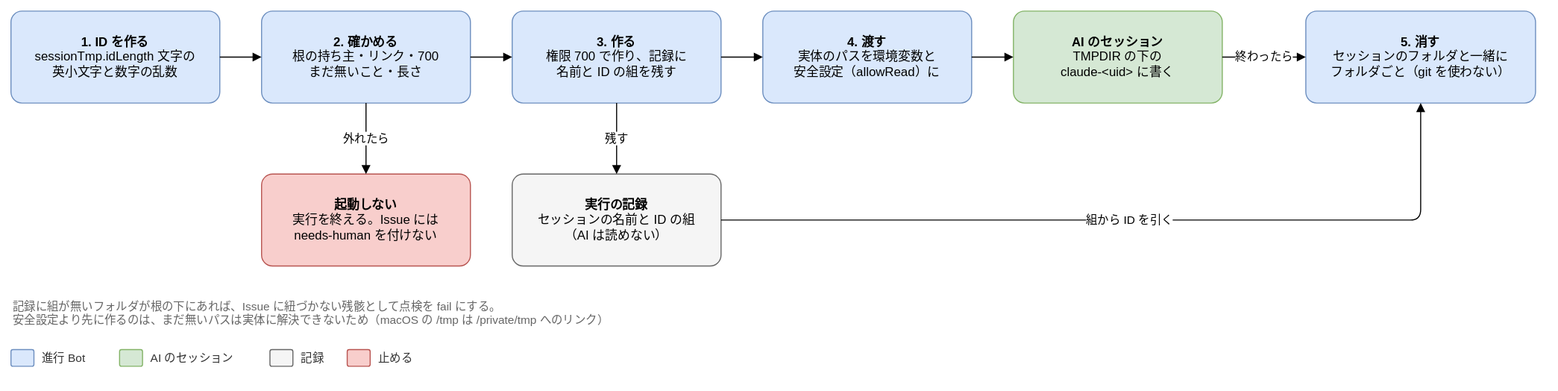
This is docs/design/basic/diagrams/03-session-tmp.drawio.svg from Joymerrevent/dev-autopilot, a draw.io export, as it was before one commit. Source tidied: cells renumbered, new cells last; positions are measured from the earlier drawing's top-left corner, leaving out a move shared by most shapes. The source it was exported from:
```xml
<mxGraphModel background="#ffffff">
  <root>
    <mxCell id="0" />
    <mxCell id="1" parent="0" />
    <mxCell id="2" value="&lt;b&gt;1. ID を作る&lt;/b&gt;&lt;br&gt;sessionTmp.idLength 文字の&lt;br&gt;英小文字と数字の乱数" style="rounded=1;whiteSpace=wrap;html=1;fontSize=12;arcSize=12;spacing=12;fillColor=#dae8fc;strokeColor=#6c8ebf;" parent="1" vertex="1">
      <mxGeometry width="200" height="88" as="geometry" />
    </mxCell>
    <mxCell id="3" value="&lt;b&gt;2. 確かめる&lt;/b&gt;&lt;br&gt;根の持ち主・リンク・700&lt;br&gt;まだ無いこと・長さ" style="rounded=1;whiteSpace=wrap;html=1;fontSize=12;arcSize=12;spacing=12;fillColor=#dae8fc;strokeColor=#6c8ebf;" parent="1" vertex="1">
      <mxGeometry x="240" width="200" height="88" as="geometry" />
    </mxCell>
    <mxCell id="4" value="&lt;b&gt;3. 作る&lt;/b&gt;&lt;br&gt;権限 700 で作り、記録に&lt;br&gt;名前と ID の組を残す" style="rounded=1;whiteSpace=wrap;html=1;fontSize=12;arcSize=12;spacing=12;fillColor=#dae8fc;strokeColor=#6c8ebf;" parent="1" vertex="1">
      <mxGeometry x="480" width="200" height="88" as="geometry" />
    </mxCell>
    <mxCell id="5" value="&lt;b&gt;4. 渡す&lt;/b&gt;&lt;br&gt;実体のパスを環境変数と&lt;br&gt;安全設定（allowRead）に" style="rounded=1;whiteSpace=wrap;html=1;fontSize=12;arcSize=12;spacing=12;fillColor=#dae8fc;strokeColor=#6c8ebf;" parent="1" vertex="1">
      <mxGeometry x="720" width="200" height="88" as="geometry" />
    </mxCell>
    <mxCell id="6" value="&lt;b&gt;AI のセッション&lt;/b&gt;&lt;br&gt;TMPDIR の下の&lt;br&gt;claude-&amp;lt;uid&amp;gt; に書く" style="rounded=1;whiteSpace=wrap;html=1;fontSize=12;arcSize=12;spacing=12;fillColor=#d5e8d4;strokeColor=#82b366;" parent="1" vertex="1">
      <mxGeometry x="960" width="200" height="88" as="geometry" />
    </mxCell>
    <mxCell id="7" value="&lt;b&gt;5. 消す&lt;/b&gt;&lt;br&gt;セッションのフォルダと一緒に&lt;br&gt;フォルダごと（git を使わない）" style="rounded=1;whiteSpace=wrap;html=1;fontSize=12;arcSize=12;spacing=12;fillColor=#dae8fc;strokeColor=#6c8ebf;" parent="1" vertex="1">
      <mxGeometry x="1240" width="220" height="88" as="geometry" />
    </mxCell>
    <mxCell id="8" style="edgeStyle=orthogonalEdgeStyle;rounded=1;html=1;endArrow=block;endFill=1;fontSize=11;labelBackgroundColor=#ffffff;exitX=1;exitY=0.5;exitDx=0;exitDy=0;entryX=0;entryY=0.5;entryDx=0;entryDy=0;" parent="1" edge="1" source="2" target="3">
      <mxGeometry relative="1" as="geometry" />
    </mxCell>
    <mxCell id="9" style="edgeStyle=orthogonalEdgeStyle;rounded=1;html=1;endArrow=block;endFill=1;fontSize=11;labelBackgroundColor=#ffffff;exitX=1;exitY=0.5;exitDx=0;exitDy=0;entryX=0;entryY=0.5;entryDx=0;entryDy=0;" parent="1" edge="1" source="3" target="4">
      <mxGeometry relative="1" as="geometry" />
    </mxCell>
    <mxCell id="10" style="edgeStyle=orthogonalEdgeStyle;rounded=1;html=1;endArrow=block;endFill=1;fontSize=11;labelBackgroundColor=#ffffff;exitX=1;exitY=0.5;exitDx=0;exitDy=0;entryX=0;entryY=0.5;entryDx=0;entryDy=0;" parent="1" edge="1" source="4" target="5">
      <mxGeometry relative="1" as="geometry" />
    </mxCell>
    <mxCell id="11" style="edgeStyle=orthogonalEdgeStyle;rounded=1;html=1;endArrow=block;endFill=1;fontSize=11;labelBackgroundColor=#ffffff;exitX=1;exitY=0.5;exitDx=0;exitDy=0;entryX=0;entryY=0.5;entryDx=0;entryDy=0;" parent="1" edge="1" source="5" target="6">
      <mxGeometry relative="1" as="geometry" />
    </mxCell>
    <mxCell id="12" value="終わったら" style="edgeStyle=orthogonalEdgeStyle;rounded=1;html=1;endArrow=block;endFill=1;fontSize=11;labelBackgroundColor=#ffffff;exitX=1;exitY=0.5;exitDx=0;exitDy=0;entryX=0;entryY=0.5;entryDx=0;entryDy=0;" parent="1" edge="1" source="6" target="7">
      <mxGeometry relative="1" as="geometry" />
    </mxCell>
    <mxCell id="13" value="&lt;b&gt;起動しない&lt;/b&gt;&lt;br&gt;実行を終える。Issue には&lt;br&gt;needs-human を付けない" style="rounded=1;whiteSpace=wrap;html=1;fontSize=12;arcSize=12;spacing=12;fillColor=#f8cecc;strokeColor=#b85450;" parent="1" vertex="1">
      <mxGeometry x="240" y="156" width="200" height="88" as="geometry" />
    </mxCell>
    <mxCell id="14" value="外れたら" style="edgeStyle=orthogonalEdgeStyle;rounded=1;html=1;endArrow=block;endFill=1;fontSize=11;labelBackgroundColor=#ffffff;exitX=0.5;exitY=1;exitDx=0;exitDy=0;entryX=0.5;entryY=0;entryDx=0;entryDy=0;" parent="1" edge="1" source="3" target="13">
      <mxGeometry relative="1" as="geometry" />
    </mxCell>
    <mxCell id="15" value="&lt;b&gt;実行の記録&lt;/b&gt;&lt;br&gt;セッションの名前と ID の組&lt;br&gt;（AI は読めない）" style="rounded=1;whiteSpace=wrap;html=1;fontSize=12;arcSize=12;spacing=12;fillColor=#f5f5f5;strokeColor=#666666;" parent="1" vertex="1">
      <mxGeometry x="480" y="156" width="200" height="88" as="geometry" />
    </mxCell>
    <mxCell id="16" value="残す" style="edgeStyle=orthogonalEdgeStyle;rounded=1;html=1;endArrow=block;endFill=1;fontSize=11;labelBackgroundColor=#ffffff;exitX=0.5;exitY=1;exitDx=0;exitDy=0;entryX=0.5;entryY=0;entryDx=0;entryDy=0;" parent="1" edge="1" source="4" target="15">
      <mxGeometry relative="1" as="geometry" />
    </mxCell>
    <mxCell id="17" value="組から ID を引く" style="edgeStyle=orthogonalEdgeStyle;rounded=1;html=1;endArrow=block;endFill=1;fontSize=11;labelBackgroundColor=#ffffff;exitX=1;exitY=0.5;exitDx=0;exitDy=0;entryX=0.5;entryY=1;entryDx=0;entryDy=0;" parent="1" edge="1" source="15" target="7">
      <mxGeometry relative="1" as="geometry" />
    </mxCell>
    <mxCell id="18" value="記録に組が無いフォルダが根の下にあれば、Issue に紐づかない残骸として点検を fail にする。&lt;br&gt;安全設定より先に作るのは、まだ無いパスは実体に解決できないため（macOS の /tmp は /private/tmp へのリンク）" style="text;html=1;whiteSpace=wrap;align=left;verticalAlign=top;fontSize=11;fontColor=#666666;" parent="1" vertex="1">
      <mxGeometry y="270" width="1460" height="36" as="geometry" />
    </mxCell>
    <mxCell id="19" style="rounded=1;whiteSpace=wrap;html=1;fontSize=12;arcSize=12;spacing=12;fillColor=#dae8fc;strokeColor=#6c8ebf;" parent="1" vertex="1">
      <mxGeometry y="324" width="22" height="16" as="geometry" />
    </mxCell>
    <mxCell id="20" value="進行 Bot" style="text;html=1;align=left;verticalAlign=middle;fontSize=11;fontColor=#333333;" parent="1" vertex="1">
      <mxGeometry x="28" y="322" width="60" height="20" as="geometry" />
    </mxCell>
    <mxCell id="21" style="rounded=1;whiteSpace=wrap;html=1;fontSize=12;arcSize=12;spacing=12;fillColor=#d5e8d4;strokeColor=#82b366;" parent="1" vertex="1">
      <mxGeometry x="104" y="324" width="22" height="16" as="geometry" />
    </mxCell>
    <mxCell id="22" value="AI のセッション" style="text;html=1;align=left;verticalAlign=middle;fontSize=11;fontColor=#333333;" parent="1" vertex="1">
      <mxGeometry x="132" y="322" width="100" height="20" as="geometry" />
    </mxCell>
    <mxCell id="23" style="rounded=1;whiteSpace=wrap;html=1;fontSize=12;arcSize=12;spacing=12;fillColor=#f5f5f5;strokeColor=#666666;" parent="1" vertex="1">
      <mxGeometry x="248" y="324" width="22" height="16" as="geometry" />
    </mxCell>
    <mxCell id="24" value="記録" style="text;html=1;align=left;verticalAlign=middle;fontSize=11;fontColor=#333333;" parent="1" vertex="1">
      <mxGeometry x="276" y="322" width="30" height="20" as="geometry" />
    </mxCell>
    <mxCell id="25" style="rounded=1;whiteSpace=wrap;html=1;fontSize=12;arcSize=12;spacing=12;fillColor=#f8cecc;strokeColor=#b85450;" parent="1" vertex="1">
      <mxGeometry x="322" y="324" width="22" height="16" as="geometry" />
    </mxCell>
    <mxCell id="26" value="止める" style="text;html=1;align=left;verticalAlign=middle;fontSize=11;fontColor=#333333;" parent="1" vertex="1">
      <mxGeometry x="350" y="322" width="40" height="20" as="geometry" />
    </mxCell>
  </root>
</mxGraphModel>
```
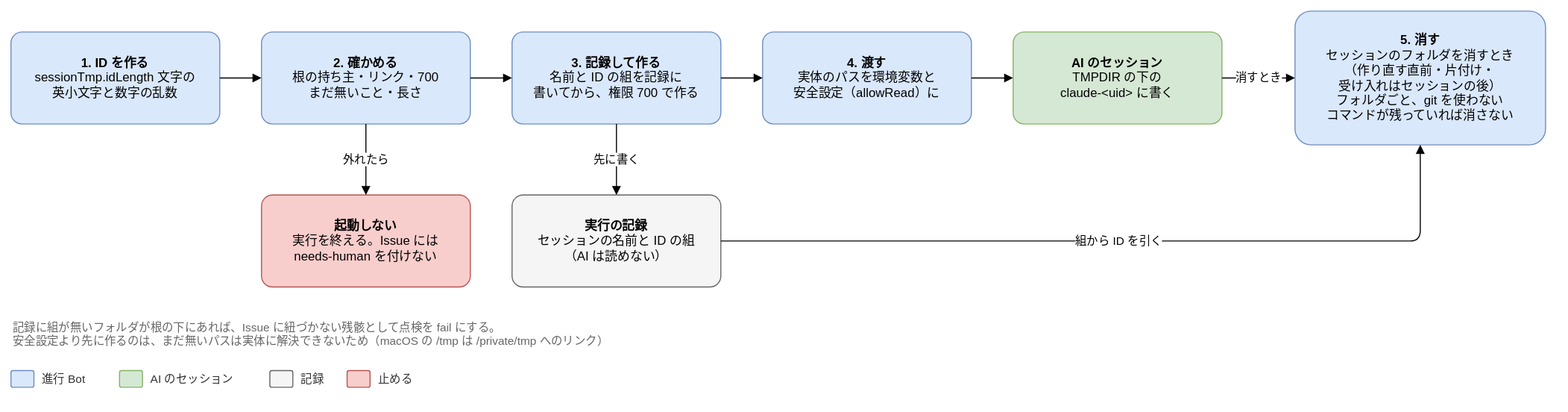
Later version of the same file.

What changed in the source:
```diff
@@ -8,7 +8,7 @@
     <mxCell id="3" value="&lt;b&gt;2. 確かめる&lt;/b&gt;&lt;br&gt;根の持ち主・リンク・700&lt;br&gt;まだ無いこと・長さ" style="rounded=1;whiteSpace=wrap;html=1;fontSize=12;arcSize=12;spacing=12;fillColor=#dae8fc;strokeColor=#6c8ebf;" parent="1" vertex="1">
       <mxGeometry x="240" width="200" height="88" as="geometry" />
     </mxCell>
-    <mxCell id="4" value="&lt;b&gt;3. 作る&lt;/b&gt;&lt;br&gt;権限 700 で作り、記録に&lt;br&gt;名前と ID の組を残す" style="rounded=1;whiteSpace=wrap;html=1;fontSize=12;arcSize=12;spacing=12;fillColor=#dae8fc;strokeColor=#6c8ebf;" parent="1" vertex="1">
+    <mxCell id="4" value="&lt;b&gt;3. 記録して作る&lt;/b&gt;&lt;br&gt;名前と ID の組を記録に&lt;br&gt;書いてから、権限 700 で作る" style="rounded=1;whiteSpace=wrap;html=1;fontSize=12;arcSize=12;spacing=12;fillColor=#dae8fc;strokeColor=#6c8ebf;" parent="1" vertex="1">
       <mxGeometry x="480" width="200" height="88" as="geometry" />
     </mxCell>
     <mxCell id="5" value="&lt;b&gt;4. 渡す&lt;/b&gt;&lt;br&gt;実体のパスを環境変数と&lt;br&gt;安全設定（allowRead）に" style="rounded=1;whiteSpace=wrap;html=1;fontSize=12;arcSize=12;spacing=12;fillColor=#dae8fc;strokeColor=#6c8ebf;" parent="1" vertex="1">
@@ -17,8 +17,8 @@
     <mxCell id="6" value="&lt;b&gt;AI のセッション&lt;/b&gt;&lt;br&gt;TMPDIR の下の&lt;br&gt;claude-&amp;lt;uid&amp;gt; に書く" style="rounded=1;whiteSpace=wrap;html=1;fontSize=12;arcSize=12;spacing=12;fillColor=#d5e8d4;strokeColor=#82b366;" parent="1" vertex="1">
       <mxGeometry x="960" width="200" height="88" as="geometry" />
     </mxCell>
-    <mxCell id="7" value="&lt;b&gt;5. 消す&lt;/b&gt;&lt;br&gt;セッションのフォルダと一緒に&lt;br&gt;フォルダごと（git を使わない）" style="rounded=1;whiteSpace=wrap;html=1;fontSize=12;arcSize=12;spacing=12;fillColor=#dae8fc;strokeColor=#6c8ebf;" parent="1" vertex="1">
-      <mxGeometry x="1240" width="220" height="88" as="geometry" />
+    <mxCell id="7" value="&lt;b&gt;5. 消す&lt;/b&gt;&lt;br&gt;セッションのフォルダを消すとき&lt;br&gt;（作り直す直前・片付け・&lt;br&gt;受け入れはセッションの後）&lt;br&gt;フォルダごと、git を使わない&lt;br&gt;コマンドが残っていれば消さない" style="rounded=1;whiteSpace=wrap;html=1;fontSize=12;arcSize=12;spacing=12;fillColor=#dae8fc;strokeColor=#6c8ebf;" parent="1" vertex="1">
+      <mxGeometry x="1230" y="-20" width="240" height="128" as="geometry" />
     </mxCell>
     <mxCell id="8" style="edgeStyle=orthogonalEdgeStyle;rounded=1;html=1;endArrow=block;endFill=1;fontSize=11;labelBackgroundColor=#ffffff;exitX=1;exitY=0.5;exitDx=0;exitDy=0;entryX=0;entryY=0.5;entryDx=0;entryDy=0;" parent="1" edge="1" source="2" target="3">
       <mxGeometry relative="1" as="geometry" />
@@ -32,7 +32,7 @@
     <mxCell id="11" style="edgeStyle=orthogonalEdgeStyle;rounded=1;html=1;endArrow=block;endFill=1;fontSize=11;labelBackgroundColor=#ffffff;exitX=1;exitY=0.5;exitDx=0;exitDy=0;entryX=0;entryY=0.5;entryDx=0;entryDy=0;" parent="1" edge="1" source="5" target="6">
       <mxGeometry relative="1" as="geometry" />
     </mxCell>
-    <mxCell id="12" value="終わったら" style="edgeStyle=orthogonalEdgeStyle;rounded=1;html=1;endArrow=block;endFill=1;fontSize=11;labelBackgroundColor=#ffffff;exitX=1;exitY=0.5;exitDx=0;exitDy=0;entryX=0;entryY=0.5;entryDx=0;entryDy=0;" parent="1" edge="1" source="6" target="7">
+    <mxCell id="12" value="消すとき" style="edgeStyle=orthogonalEdgeStyle;rounded=1;html=1;endArrow=block;endFill=1;fontSize=11;labelBackgroundColor=#ffffff;exitX=1;exitY=0.5;exitDx=0;exitDy=0;entryX=0;entryY=0.5;entryDx=0;entryDy=0;" parent="1" edge="1" source="6" target="7">
       <mxGeometry relative="1" as="geometry" />
     </mxCell>
     <mxCell id="13" value="&lt;b&gt;起動しない&lt;/b&gt;&lt;br&gt;実行を終える。Issue には&lt;br&gt;needs-human を付けない" style="rounded=1;whiteSpace=wrap;html=1;fontSize=12;arcSize=12;spacing=12;fillColor=#f8cecc;strokeColor=#b85450;" parent="1" vertex="1">
@@ -44,7 +44,7 @@
     <mxCell id="15" value="&lt;b&gt;実行の記録&lt;/b&gt;&lt;br&gt;セッションの名前と ID の組&lt;br&gt;（AI は読めない）" style="rounded=1;whiteSpace=wrap;html=1;fontSize=12;arcSize=12;spacing=12;fillColor=#f5f5f5;strokeColor=#666666;" parent="1" vertex="1">
       <mxGeometry x="480" y="156" width="200" height="88" as="geometry" />
     </mxCell>
-    <mxCell id="16" value="残す" style="edgeStyle=orthogonalEdgeStyle;rounded=1;html=1;endArrow=block;endFill=1;fontSize=11;labelBackgroundColor=#ffffff;exitX=0.5;exitY=1;exitDx=0;exitDy=0;entryX=0.5;entryY=0;entryDx=0;entryDy=0;" parent="1" edge="1" source="4" target="15">
+    <mxCell id="16" value="先に書く" style="edgeStyle=orthogonalEdgeStyle;rounded=1;html=1;endArrow=block;endFill=1;fontSize=11;labelBackgroundColor=#ffffff;exitX=0.5;exitY=1;exitDx=0;exitDy=0;entryX=0.5;entryY=0;entryDx=0;entryDy=0;" parent="1" edge="1" source="4" target="15">
       <mxGeometry relative="1" as="geometry" />
     </mxCell>
     <mxCell id="17" value="組から ID を引く" style="edgeStyle=orthogonalEdgeStyle;rounded=1;html=1;endArrow=block;endFill=1;fontSize=11;labelBackgroundColor=#ffffff;exitX=1;exitY=0.5;exitDx=0;exitDy=0;entryX=0.5;entryY=1;entryDx=0;entryDy=0;" parent="1" edge="1" source="15" target="7">
```
